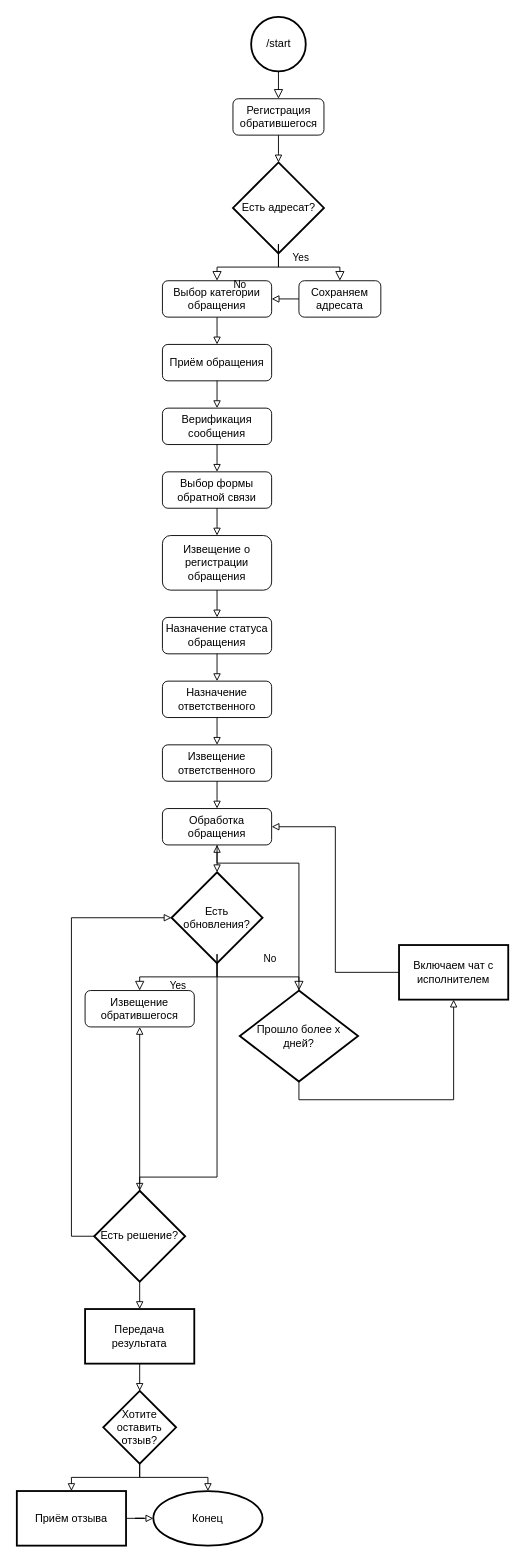
Above: Untitled Diagram.drawio in m0rtal/Practice (draw.io), before the change. Source tidied: cells renumbered, new cells numbered last; positions are measured from the earlier drawing's top-left corner, leaving out a move shared by most shapes. Both pictures are drawn from the tidied source at 91%, with x=0, y=0 at pixel (16, 16).
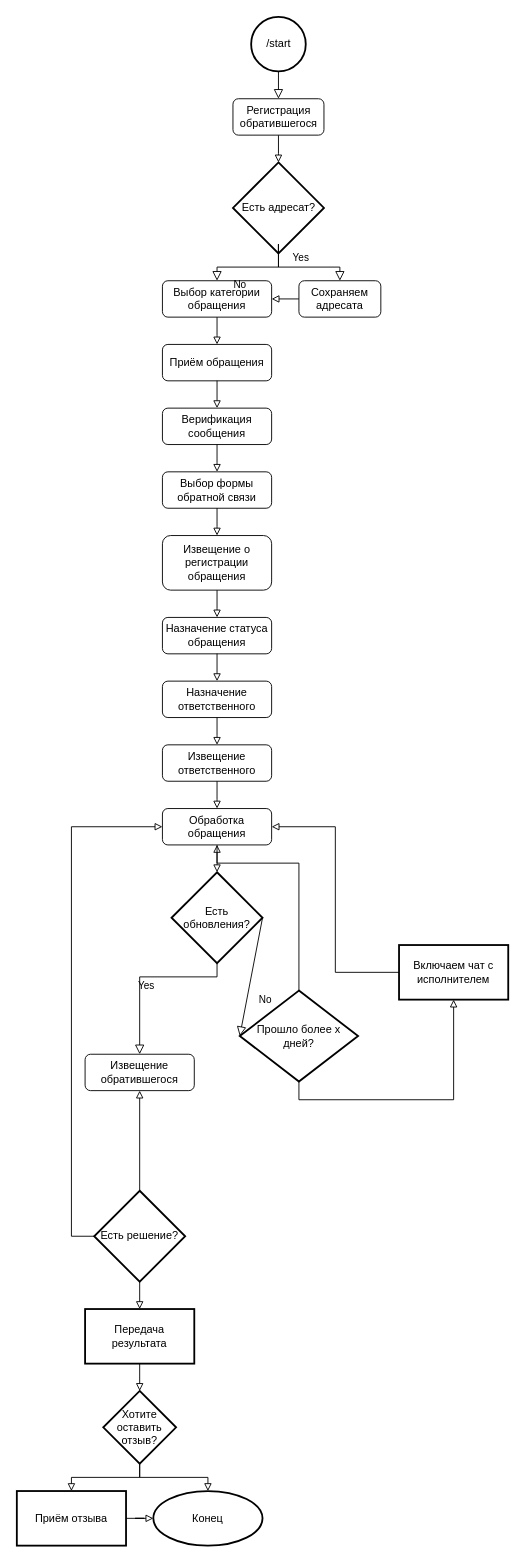
Above is the later version.

The change refers to these unchanged cells:
```xml
<mxCell id="26" value="Обработка обращения" style="rounded=1;whiteSpace=wrap;html=1;fontSize=12;glass=0;strokeWidth=1;shadow=0;" parent="1" vertex="1">
  <mxGeometry x="160" y="870" width="120" height="40" as="geometry" />
</mxCell>
<mxCell id="28" value="Есть обновления?" style="strokeWidth=2;html=1;shape=mxgraph.flowchart.decision;whiteSpace=wrap;" parent="1" vertex="1">
  <mxGeometry x="170" y="940" width="100" height="100" as="geometry" />
</mxCell>
<mxCell id="36" value="Прошло более х дней?" style="strokeWidth=2;html=1;shape=mxgraph.flowchart.decision;whiteSpace=wrap;" parent="1" vertex="1">
  <mxGeometry x="245" y="1070" width="130" height="100" as="geometry" />
</mxCell>
<mxCell id="42" value="Есть решение?" style="strokeWidth=2;html=1;shape=mxgraph.flowchart.decision;whiteSpace=wrap;" parent="1" vertex="1">
  <mxGeometry x="85" y="1290" width="100" height="100" as="geometry" />
</mxCell>
```

The edit, as a diff of the source:
```diff
@@
-    <mxCell id="27" style="edgeStyle=orthogonalEdgeStyle;rounded=0;jettySize=auto;html=1;startFill=0;endArrow=block;endFill=0;" parent="1" edge="1" source="28" target="42">
-      <mxGeometry relative="1" as="geometry">
-        <Array as="points">
-          <mxPoint x="220" y="1030" />
-          <mxPoint x="220" y="1055" />
-          <mxPoint x="220" y="1275" />
-          <mxPoint x="135" y="1275" />
-          <mxPoint x="135" y="1280" />
-        </Array>
-      </mxGeometry>
-    </mxCell>
@@
-    <mxCell id="32" value="No" style="rounded=0;html=1;jettySize=auto;fontSize=11;endArrow=block;endFill=0;endSize=8;strokeWidth=1;shadow=0;labelBackgroundColor=none;edgeStyle=orthogonalEdgeStyle;noEdgeStyle=1;orthogonal=1;exitDx=0;exitDy=0;exitPerimeter=0;entryDx=0;entryDy=0;entryPerimeter=0;" parent="1" edge="1" source="28" target="36">
-      <mxGeometry x="0.33" y="20" relative="1" as="geometry">
-        <Array as="points">
-          <mxPoint x="220" y="1030" />
-          <mxPoint x="220" y="1055" />
-          <mxPoint x="310" y="1055" />
-          <mxPoint x="310" y="1060" />
-        </Array>
-      </mxGeometry>
+    <mxCell id="32" value="No" style="rounded=0;html=1;jettySize=auto;fontSize=11;endArrow=block;endFill=0;endSize=8;strokeWidth=1;shadow=0;labelBackgroundColor=none;edgeStyle=orthogonalEdgeStyle;noEdgeStyle=1;orthogonal=1;exitDx=0;exitDy=0;exitPerimeter=0;entryDx=0;entryDy=0;entryPerimeter=0;entryX=0;entryY=0.5;exitX=1;exitY=0.5;" parent="1" edge="1" source="28" target="36">
+      <mxGeometry x="0.33" y="20" relative="1" as="geometry" />
     </mxCell>
     <mxCell id="33" value="Извещение обратившегося" style="rounded=1;whiteSpace=wrap;html=1;fontSize=12;glass=0;strokeWidth=1;shadow=0;" parent="1" vertex="1">
-      <mxGeometry x="75" y="1070" width="120" height="40" as="geometry" />
+      <mxGeometry x="75" y="1140" width="120" height="40" as="geometry" />
     </mxCell>
@@
-    <mxCell id="39" style="edgeStyle=orthogonalEdgeStyle;rounded=0;jettySize=auto;html=1;startFill=0;endArrow=block;endFill=0;entryX=0;entryY=0.5;entryDx=0;entryDy=0;entryPerimeter=0;" parent="1" edge="1" source="42" target="28">
+    <mxCell id="39" style="edgeStyle=orthogonalEdgeStyle;rounded=0;jettySize=auto;html=1;startFill=0;endArrow=block;endFill=0;entryX=0;entryY=0.5;entryDx=0;entryDy=0;" parent="1" edge="1" source="42" target="26">
       <mxGeometry relative="1" as="geometry">
         <Array as="points">
           <mxPoint x="60" y="1340" />
-          <mxPoint x="60" y="990" />
+          <mxPoint x="60" y="890" />
         </Array>
       </mxGeometry>
     </mxCell>
```
